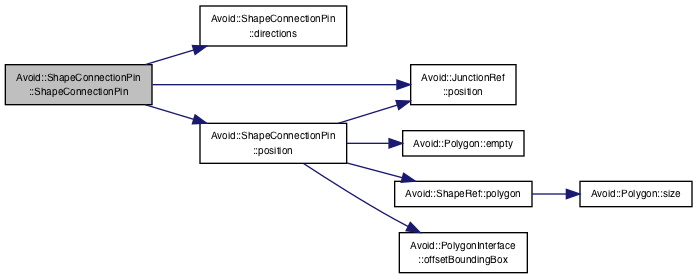
Before: documentation/classAvoid_1_1ShapeConnectionPin_afa2e31949ff244bf4cacd996097867dd_cgraph.png, a diagram exported from Graphviz (mjwybrow/adaptagrams). Its source is kept beside it as documentation/classAvoid_1_1ShapeConnectionPin_afa2e31949ff244bf4cacd996097867dd_cgraph.dot.
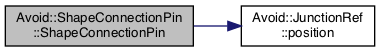
Above is the later version.

Diff of the diagram source:
```diff
@@ -3,20 +3,7 @@
   edge [fontname="Helvetica",fontsize="10",labelfontname="Helvetica",labelfontsize="10"];
   node [fontname="Helvetica",fontsize="10",shape=record];
   rankdir="LR";
-  Node9 [label="Avoid::ShapeConnectionPin\l::ShapeConnectionPin",height=0.2,width=0.4,color="black", fillcolor="grey75", style="filled", fontcolor="black"];
-  Node9 -> Node10 [color="midnightblue",fontsize="10",style="solid",fontname="Helvetica"];
-  Node10 [label="Avoid::ShapeConnectionPin\l::directions",height=0.2,width=0.4,color="black", fillcolor="white", style="filled",URL="$classAvoid_1_1ShapeConnectionPin.html#a3338c7b8187a973e12fa57d3156e8b96",tooltip="Returns the directions in which this connection pin has visibility. "];
-  Node9 -> Node11 [color="midnightblue",fontsize="10",style="solid",fontname="Helvetica"];
-  Node11 [label="Avoid::JunctionRef\l::position",height=0.2,width=0.4,color="black", fillcolor="white", style="filled",URL="$classAvoid_1_1JunctionRef.html#af66cab7216d077ac124674c7c5f08e05",tooltip="Returns the position of this junction. "];
-  Node9 -> Node12 [color="midnightblue",fontsize="10",style="solid",fontname="Helvetica"];
-  Node12 [label="Avoid::ShapeConnectionPin\l::position",height=0.2,width=0.4,color="black", fillcolor="white", style="filled",URL="$classAvoid_1_1ShapeConnectionPin.html#a68fb685af93fee972b116334b0d314fa",tooltip="Returns the position of this connection pin. "];
-  Node12 -> Node11 [color="midnightblue",fontsize="10",style="solid",fontname="Helvetica"];
-  Node12 -> Node13 [color="midnightblue",fontsize="10",style="solid",fontname="Helvetica"];
-  Node13 [label="Avoid::Polygon::empty",height=0.2,width=0.4,color="black", fillcolor="white", style="filled",URL="$classAvoid_1_1Polygon.html#a477d0e8e93509d7955d1f4b4ca0abb0d",tooltip="Returns true if this polygon is empty. "];
-  Node12 -> Node14 [color="midnightblue",fontsize="10",style="solid",fontname="Helvetica"];
-  Node14 [label="Avoid::ShapeRef::polygon",height=0.2,width=0.4,color="black", fillcolor="white", style="filled",URL="$classAvoid_1_1ShapeRef.html#aa0a5e8382c7674933e09207bc6e47564",tooltip="Returns a reference to the polygon boundary of this shape. "];
-  Node14 -> Node15 [color="midnightblue",fontsize="10",style="solid",fontname="Helvetica"];
-  Node15 [label="Avoid::Polygon::size",height=0.2,width=0.4,color="black", fillcolor="white", style="filled",URL="$classAvoid_1_1Polygon.html#a2f9e9c8c78407eefbde944e663d9711e",tooltip="Returns the number of points in this polygon. "];
-  Node12 -> Node16 [color="midnightblue",fontsize="10",style="solid",fontname="Helvetica"];
-  Node16 [label="Avoid::PolygonInterface\l::offsetBoundingBox",height=0.2,width=0.4,color="black", fillcolor="white", style="filled",URL="$classAvoid_1_1PolygonInterface.html#af10740857ee9fd5f9dedfb71a9b42630",tooltip="Returns the bounding rectangle that contains this polygon with optionally some buffer space around it..."];
+  Node2 [label="Avoid::ShapeConnectionPin\l::ShapeConnectionPin",height=0.2,width=0.4,color="black", fillcolor="grey75", style="filled", fontcolor="black"];
+  Node2 -> Node3 [color="midnightblue",fontsize="10",style="solid",fontname="Helvetica"];
+  Node3 [label="Avoid::JunctionRef\l::position",height=0.2,width=0.4,color="black", fillcolor="white", style="filled",URL="$classAvoid_1_1JunctionRef.html#af66cab7216d077ac124674c7c5f08e05",tooltip="Returns the position of this junction. "];
 }
```
